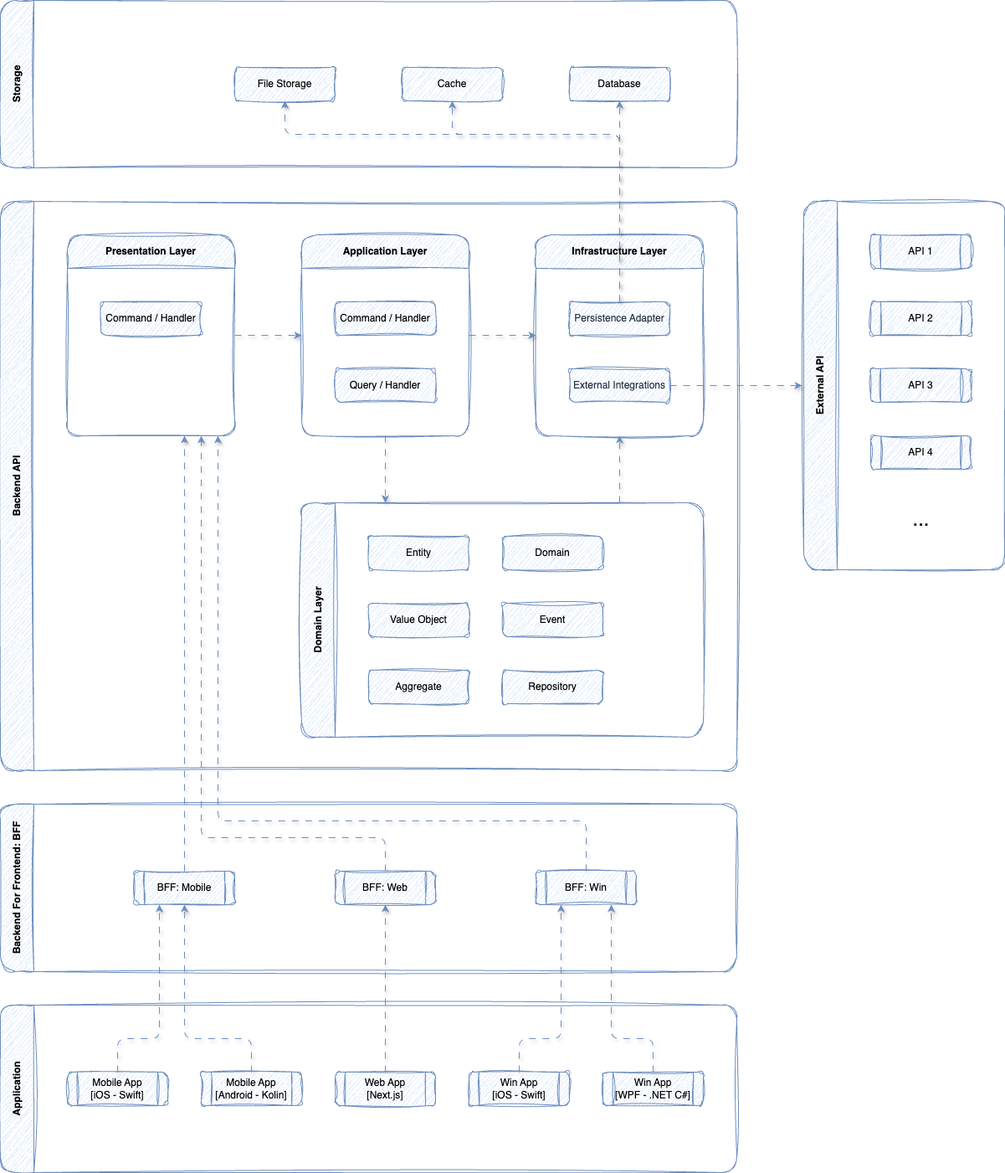
ittikornsopawan/specification keeps this draw.io diagram as Larger System/01_e-Commerce Platform/asset/code-structure.drawio.png. Above is the earlier version. Source tidied: cells renumbered, new cells last; positions are measured from the earlier drawing's top-left corner, leaving out a move shared by most shapes. The source it was exported from:
```xml
<mxGraphModel>
  <root>
    <mxCell id="0" />
    <mxCell id="1" parent="0" />
    <mxCell id="2" value="Backend API" style="swimlane;horizontal=0;whiteSpace=wrap;html=1;startSize=40;fillColor=#dae8fc;strokeColor=#6c8ebf;gradientColor=none;labelBackgroundColor=none;rounded=1;glass=0;shadow=0;sketch=1;curveFitting=1;jiggle=2;" parent="1" vertex="1">
      <mxGeometry y="240" width="880" height="680" as="geometry" />
    </mxCell>
    <mxCell id="3" value="Infrastructure Layer" style="swimlane;whiteSpace=wrap;html=1;startSize=40;fillColor=#dae8fc;strokeColor=#6c8ebf;sketch=1;curveFitting=1;jiggle=2;rounded=1;" parent="2" vertex="1">
      <mxGeometry x="640" y="40" width="200" height="240" as="geometry" />
    </mxCell>
    <mxCell id="4" value="&lt;span style=&quot;color: rgb(35, 47, 62); text-wrap-mode: nowrap;&quot;&gt;Persistence Adapter&lt;/span&gt;" style="rounded=1;whiteSpace=wrap;html=1;fillColor=#dae8fc;strokeColor=#6c8ebf;sketch=1;curveFitting=1;jiggle=2;" parent="3" vertex="1">
      <mxGeometry x="40" y="80" width="120" height="40" as="geometry" />
    </mxCell>
    <mxCell id="5" value="&lt;span style=&quot;color: rgb(35, 47, 62); text-wrap-mode: nowrap;&quot;&gt;External Integrations&lt;/span&gt;" style="rounded=1;whiteSpace=wrap;html=1;fillColor=#dae8fc;strokeColor=#6c8ebf;sketch=1;curveFitting=1;jiggle=2;" parent="3" vertex="1">
      <mxGeometry x="40" y="160" width="120" height="40" as="geometry" />
    </mxCell>
    <mxCell id="6" style="edgeStyle=none;html=1;entryX=0;entryY=0.5;entryDx=0;entryDy=0;fillColor=#dae8fc;strokeColor=#6c8ebf;flowAnimation=1;shadow=1;" parent="2" edge="1" target="11">
      <mxGeometry relative="1" as="geometry">
        <mxPoint x="280" y="160" as="sourcePoint" />
      </mxGeometry>
    </mxCell>
    <mxCell id="7" value="Presentation Layer" style="swimlane;whiteSpace=wrap;html=1;startSize=40;fillColor=#dae8fc;strokeColor=#6c8ebf;sketch=1;curveFitting=1;jiggle=2;rounded=1;" parent="2" vertex="1">
      <mxGeometry x="80" y="40" width="200" height="240" as="geometry" />
    </mxCell>
    <mxCell id="8" value="Command / Handler" style="rounded=1;whiteSpace=wrap;html=1;fillColor=#dae8fc;strokeColor=#6c8ebf;sketch=1;curveFitting=1;jiggle=2;" parent="7" vertex="1">
      <mxGeometry x="40" y="80" width="120" height="40" as="geometry" />
    </mxCell>
    <mxCell id="9" style="edgeStyle=none;html=1;exitX=1;exitY=0.5;exitDx=0;exitDy=0;fillColor=#dae8fc;strokeColor=#6c8ebf;flowAnimation=1;shadow=1;" parent="2" edge="1" source="11">
      <mxGeometry relative="1" as="geometry">
        <mxPoint x="640" y="160" as="targetPoint" />
      </mxGeometry>
    </mxCell>
    <mxCell id="10" style="edgeStyle=none;html=1;exitX=0.5;exitY=1;exitDx=0;exitDy=0;fillColor=#dae8fc;strokeColor=#6c8ebf;flowAnimation=1;shadow=1;" parent="2" edge="1" source="11">
      <mxGeometry relative="1" as="geometry">
        <mxPoint x="460" y="360" as="targetPoint" />
      </mxGeometry>
    </mxCell>
    <mxCell id="11" value="Application Layer" style="swimlane;whiteSpace=wrap;html=1;startSize=40;fillColor=#dae8fc;strokeColor=#6c8ebf;sketch=1;curveFitting=1;jiggle=2;rounded=1;" parent="2" vertex="1">
      <mxGeometry x="360" y="40" width="200" height="240" as="geometry" />
    </mxCell>
    <mxCell id="12" value="Command / Handler" style="rounded=1;whiteSpace=wrap;html=1;fillColor=#dae8fc;strokeColor=#6c8ebf;sketch=1;curveFitting=1;jiggle=2;" parent="11" vertex="1">
      <mxGeometry x="40" y="80" width="120" height="40" as="geometry" />
    </mxCell>
    <mxCell id="13" value="&lt;span style=&quot;color: rgb(0, 0, 0);&quot;&gt;Query / Handler&lt;/span&gt;" style="rounded=1;whiteSpace=wrap;html=1;fillColor=#dae8fc;strokeColor=#6c8ebf;sketch=1;curveFitting=1;jiggle=2;" parent="11" vertex="1">
      <mxGeometry x="40" y="160" width="120" height="40" as="geometry" />
    </mxCell>
    <mxCell id="14" style="edgeStyle=none;html=1;entryX=0.5;entryY=1;entryDx=0;entryDy=0;fillColor=#dae8fc;strokeColor=#6c8ebf;flowAnimation=1;shadow=1;" parent="2" edge="1" target="3">
      <mxGeometry relative="1" as="geometry">
        <mxPoint x="740" y="360" as="sourcePoint" />
      </mxGeometry>
    </mxCell>
    <mxCell id="15" value="Domain Layer" style="swimlane;horizontal=0;whiteSpace=wrap;html=1;startSize=40;fillColor=#dae8fc;strokeColor=#6c8ebf;sketch=1;curveFitting=1;jiggle=2;rounded=1;" parent="2" vertex="1">
      <mxGeometry x="360" y="360" width="480" height="280" as="geometry" />
    </mxCell>
    <mxCell id="16" value="Entity" style="rounded=1;whiteSpace=wrap;html=1;fillColor=#dae8fc;strokeColor=#6c8ebf;sketch=1;curveFitting=1;jiggle=2;" parent="15" vertex="1">
      <mxGeometry x="80" y="40" width="120" height="40" as="geometry" />
    </mxCell>
    <mxCell id="17" value="Aggregate" style="rounded=1;whiteSpace=wrap;html=1;fillColor=#dae8fc;strokeColor=#6c8ebf;sketch=1;curveFitting=1;jiggle=2;" parent="15" vertex="1">
      <mxGeometry x="80" y="200" width="120" height="40" as="geometry" />
    </mxCell>
    <mxCell id="18" value="Value Object" style="rounded=1;whiteSpace=wrap;html=1;fillColor=#dae8fc;strokeColor=#6c8ebf;sketch=1;curveFitting=1;jiggle=2;" parent="15" vertex="1">
      <mxGeometry x="80" y="120" width="120" height="40" as="geometry" />
    </mxCell>
    <mxCell id="19" value="Domain" style="rounded=1;whiteSpace=wrap;html=1;fillColor=#dae8fc;strokeColor=#6c8ebf;sketch=1;curveFitting=1;jiggle=2;" parent="15" vertex="1">
      <mxGeometry x="240" y="40" width="120" height="40" as="geometry" />
    </mxCell>
    <mxCell id="20" value="Event" style="rounded=1;whiteSpace=wrap;html=1;fillColor=#dae8fc;strokeColor=#6c8ebf;sketch=1;curveFitting=1;jiggle=2;" parent="15" vertex="1">
      <mxGeometry x="240" y="120" width="120" height="40" as="geometry" />
    </mxCell>
    <mxCell id="21" value="Repository" style="rounded=1;whiteSpace=wrap;html=1;fillColor=#dae8fc;strokeColor=#6c8ebf;sketch=1;curveFitting=1;jiggle=2;" parent="15" vertex="1">
      <mxGeometry x="240" y="200" width="120" height="40" as="geometry" />
    </mxCell>
    <mxCell id="22" value="Storage" style="swimlane;horizontal=0;whiteSpace=wrap;html=1;startSize=40;fillColor=#dae8fc;strokeColor=#6c8ebf;gradientColor=none;sketch=1;curveFitting=1;jiggle=2;rounded=1;fillStyle=auto;" parent="1" vertex="1">
      <mxGeometry width="880" height="200" as="geometry" />
    </mxCell>
    <mxCell id="23" value="File Storage" style="rounded=1;whiteSpace=wrap;html=1;fillColor=#dae8fc;strokeColor=#6c8ebf;sketch=1;curveFitting=1;jiggle=2;" parent="22" vertex="1">
      <mxGeometry x="280" y="80" width="120" height="40" as="geometry" />
    </mxCell>
    <mxCell id="24" value="Cache" style="rounded=1;whiteSpace=wrap;html=1;fillColor=#dae8fc;strokeColor=#6c8ebf;sketch=1;curveFitting=1;jiggle=2;" parent="22" vertex="1">
      <mxGeometry x="480" y="80" width="120" height="40" as="geometry" />
    </mxCell>
    <mxCell id="25" value="Database" style="rounded=1;whiteSpace=wrap;html=1;fillColor=#dae8fc;strokeColor=#6c8ebf;sketch=1;curveFitting=1;jiggle=2;" parent="22" vertex="1">
      <mxGeometry x="680" y="80" width="120" height="40" as="geometry" />
    </mxCell>
    <mxCell id="26" value="Backend For Frontend: BFF" style="swimlane;horizontal=0;whiteSpace=wrap;html=1;startSize=40;fillColor=#dae8fc;strokeColor=#6c8ebf;gradientColor=none;sketch=1;curveFitting=1;jiggle=2;rounded=1;" parent="1" vertex="1">
      <mxGeometry y="960" width="880" height="200" as="geometry" />
    </mxCell>
    <mxCell id="27" value="BFF: Web" style="shape=process;whiteSpace=wrap;html=1;backgroundOutline=1;fillColor=#dae8fc;strokeColor=#6c8ebf;sketch=1;curveFitting=1;jiggle=2;rounded=1;" parent="26" vertex="1">
      <mxGeometry x="400" y="80" width="120" height="40" as="geometry" />
    </mxCell>
    <mxCell id="28" value="BFF: Win" style="shape=process;whiteSpace=wrap;html=1;backgroundOutline=1;fillColor=#dae8fc;strokeColor=#6c8ebf;sketch=1;curveFitting=1;jiggle=2;rounded=1;" parent="26" vertex="1">
      <mxGeometry x="640" y="80" width="120" height="40" as="geometry" />
    </mxCell>
    <mxCell id="29" value="BFF: Mobile" style="shape=process;whiteSpace=wrap;html=1;backgroundOutline=1;fillColor=#dae8fc;strokeColor=#6c8ebf;sketch=1;curveFitting=1;jiggle=2;rounded=1;" parent="26" vertex="1">
      <mxGeometry x="160" y="80" width="120" height="40" as="geometry" />
    </mxCell>
    <mxCell id="30" style="edgeStyle=orthogonalEdgeStyle;html=1;exitX=0.5;exitY=0;exitDx=0;exitDy=0;fillColor=#dae8fc;strokeColor=#6c8ebf;flowAnimation=1;shadow=1;" parent="1" edge="1" source="27">
      <mxGeometry relative="1" as="geometry">
        <mxPoint x="240" y="520" as="targetPoint" />
        <Array as="points">
          <mxPoint x="460" y="1000" />
          <mxPoint x="240" y="1000" />
        </Array>
      </mxGeometry>
    </mxCell>
    <mxCell id="31" value="Application" style="swimlane;horizontal=0;whiteSpace=wrap;html=1;startSize=40;fillColor=#dae8fc;strokeColor=#6c8ebf;gradientColor=none;sketch=1;curveFitting=1;jiggle=2;rounded=1;" parent="1" vertex="1">
      <mxGeometry y="1200" width="880" height="200" as="geometry" />
    </mxCell>
    <mxCell id="32" value="Win App&lt;br&gt;[iOS - Swift]" style="shape=process;whiteSpace=wrap;html=1;backgroundOutline=1;fillColor=#dae8fc;strokeColor=#6c8ebf;sketch=1;curveFitting=1;jiggle=2;rounded=1;" parent="31" vertex="1">
      <mxGeometry x="560" y="80" width="120" height="40" as="geometry" />
    </mxCell>
    <mxCell id="33" value="Web App&lt;br&gt;[Next.js]" style="shape=process;whiteSpace=wrap;html=1;backgroundOutline=1;fillColor=#dae8fc;strokeColor=#6c8ebf;sketch=1;curveFitting=1;jiggle=2;rounded=1;" parent="31" vertex="1">
      <mxGeometry x="400" y="80" width="120" height="40" as="geometry" />
    </mxCell>
    <mxCell id="34" value="Mobile App&lt;br&gt;[Android - Kolin]" style="shape=process;whiteSpace=wrap;html=1;backgroundOutline=1;fillColor=#dae8fc;strokeColor=#6c8ebf;sketch=1;curveFitting=1;jiggle=2;rounded=1;" parent="31" vertex="1">
      <mxGeometry x="240" y="80" width="120" height="40" as="geometry" />
    </mxCell>
    <mxCell id="35" value="Mobile App&lt;br&gt;[iOS - Swift]" style="shape=process;whiteSpace=wrap;html=1;backgroundOutline=1;fillColor=#dae8fc;strokeColor=#6c8ebf;sketch=1;curveFitting=1;jiggle=2;rounded=1;" parent="31" vertex="1">
      <mxGeometry x="80" y="80" width="120" height="40" as="geometry" />
    </mxCell>
    <mxCell id="36" value="Win App&lt;br&gt;[WPF - .NET C#]" style="shape=process;whiteSpace=wrap;html=1;backgroundOutline=1;fillColor=#dae8fc;strokeColor=#6c8ebf;sketch=1;curveFitting=1;jiggle=2;rounded=1;" parent="31" vertex="1">
      <mxGeometry x="720" y="80" width="120" height="40" as="geometry" />
    </mxCell>
    <mxCell id="37" style="edgeStyle=orthogonalEdgeStyle;html=1;exitX=0.5;exitY=0;exitDx=0;exitDy=0;entryX=0.5;entryY=1;entryDx=0;entryDy=0;fillColor=#dae8fc;strokeColor=#6c8ebf;flowAnimation=1;shadow=1;" parent="1" edge="1" source="34" target="29">
      <mxGeometry relative="1" as="geometry">
        <Array as="points">
          <mxPoint x="300" y="1240" />
          <mxPoint x="220" y="1240" />
        </Array>
      </mxGeometry>
    </mxCell>
    <mxCell id="38" style="edgeStyle=orthogonalEdgeStyle;html=1;exitX=0.5;exitY=0;exitDx=0;exitDy=0;entryX=0.25;entryY=1;entryDx=0;entryDy=0;fillColor=#dae8fc;strokeColor=#6c8ebf;flowAnimation=1;shadow=1;" parent="1" edge="1" source="32" target="28">
      <mxGeometry relative="1" as="geometry">
        <Array as="points">
          <mxPoint x="620" y="1240" />
          <mxPoint x="670" y="1240" />
        </Array>
      </mxGeometry>
    </mxCell>
    <mxCell id="39" style="edgeStyle=orthogonalEdgeStyle;html=1;exitX=0.5;exitY=0;exitDx=0;exitDy=0;entryX=0.5;entryY=1;entryDx=0;entryDy=0;fillColor=#dae8fc;strokeColor=#6c8ebf;flowAnimation=1;shadow=1;" parent="1" edge="1" source="33" target="27">
      <mxGeometry relative="1" as="geometry" />
    </mxCell>
    <mxCell id="40" style="edgeStyle=orthogonalEdgeStyle;html=1;exitX=0.5;exitY=0;exitDx=0;exitDy=0;entryX=0.25;entryY=1;entryDx=0;entryDy=0;fillColor=#dae8fc;strokeColor=#6c8ebf;flowAnimation=1;shadow=1;" parent="1" edge="1" source="35" target="29">
      <mxGeometry relative="1" as="geometry">
        <Array as="points">
          <mxPoint x="140" y="1240" />
          <mxPoint x="190" y="1240" />
        </Array>
      </mxGeometry>
    </mxCell>
    <mxCell id="41" style="edgeStyle=orthogonalEdgeStyle;html=1;exitX=0.5;exitY=0;exitDx=0;exitDy=0;entryX=0.75;entryY=1;entryDx=0;entryDy=0;fillColor=#dae8fc;strokeColor=#6c8ebf;flowAnimation=1;shadow=1;" parent="1" edge="1" source="36" target="28">
      <mxGeometry relative="1" as="geometry">
        <Array as="points">
          <mxPoint x="780" y="1240" />
          <mxPoint x="730" y="1240" />
        </Array>
      </mxGeometry>
    </mxCell>
    <mxCell id="42" style="edgeStyle=orthogonalEdgeStyle;html=1;exitX=0.5;exitY=0;exitDx=0;exitDy=0;fillColor=#dae8fc;strokeColor=#6c8ebf;flowAnimation=1;shadow=1;" parent="1" edge="1" source="29">
      <mxGeometry relative="1" as="geometry">
        <mxPoint x="220" y="520" as="targetPoint" />
        <Array as="points">
          <mxPoint x="220" y="760" />
          <mxPoint x="220" y="760" />
        </Array>
      </mxGeometry>
    </mxCell>
    <mxCell id="43" style="edgeStyle=orthogonalEdgeStyle;html=1;exitX=0.5;exitY=0;exitDx=0;exitDy=0;fillColor=#dae8fc;strokeColor=#6c8ebf;flowAnimation=1;shadow=1;" parent="1" edge="1" source="28">
      <mxGeometry relative="1" as="geometry">
        <mxPoint x="260" y="520" as="targetPoint" />
        <Array as="points">
          <mxPoint x="700" y="980" />
          <mxPoint x="260" y="980" />
        </Array>
      </mxGeometry>
    </mxCell>
    <mxCell id="44" value="External API" style="swimlane;horizontal=0;whiteSpace=wrap;html=1;startSize=40;fillColor=#dae8fc;strokeColor=#6c8ebf;sketch=1;curveFitting=1;jiggle=2;rounded=1;" parent="1" vertex="1">
      <mxGeometry x="960" y="240" width="240" height="440" as="geometry" />
    </mxCell>
    <mxCell id="45" value="API 1" style="shape=process;whiteSpace=wrap;html=1;backgroundOutline=1;fillColor=#dae8fc;strokeColor=#6c8ebf;sketch=1;curveFitting=1;jiggle=2;rounded=1;" parent="44" vertex="1">
      <mxGeometry x="80" y="40" width="120" height="40" as="geometry" />
    </mxCell>
    <mxCell id="46" value="API 2" style="shape=process;whiteSpace=wrap;html=1;backgroundOutline=1;fillColor=#dae8fc;strokeColor=#6c8ebf;sketch=1;curveFitting=1;jiggle=2;rounded=1;" parent="44" vertex="1">
      <mxGeometry x="80" y="120" width="120" height="40" as="geometry" />
    </mxCell>
    <mxCell id="47" value="API 3" style="shape=process;whiteSpace=wrap;html=1;backgroundOutline=1;fillColor=#dae8fc;strokeColor=#6c8ebf;sketch=1;curveFitting=1;jiggle=2;rounded=1;" parent="44" vertex="1">
      <mxGeometry x="80" y="200" width="120" height="40" as="geometry" />
    </mxCell>
    <mxCell id="48" value="API 4" style="shape=process;whiteSpace=wrap;html=1;backgroundOutline=1;fillColor=#dae8fc;strokeColor=#6c8ebf;sketch=1;curveFitting=1;jiggle=2;rounded=1;" parent="44" vertex="1">
      <mxGeometry x="80" y="280" width="120" height="40" as="geometry" />
    </mxCell>
    <mxCell id="49" value="..." style="text;html=1;align=center;verticalAlign=middle;strokeColor=none;fillColor=none;fontSize=24;" parent="44" vertex="1">
      <mxGeometry x="120" y="360" width="40" height="40" as="geometry" />
    </mxCell>
    <mxCell id="50" style="edgeStyle=orthogonalEdgeStyle;html=1;exitX=1;exitY=0.5;exitDx=0;exitDy=0;fillColor=#dae8fc;strokeColor=#6c8ebf;flowAnimation=1;shadow=1;" parent="1" edge="1" source="5">
      <mxGeometry relative="1" as="geometry">
        <mxPoint x="958" y="460" as="targetPoint" />
        <Array as="points">
          <mxPoint x="940" y="460" />
          <mxPoint x="940" y="460" />
        </Array>
      </mxGeometry>
    </mxCell>
    <mxCell id="51" style="edgeStyle=none;html=1;exitX=0.5;exitY=0;exitDx=0;exitDy=0;fillColor=#dae8fc;strokeColor=#6c8ebf;entryX=0.5;entryY=1;entryDx=0;entryDy=0;flowAnimation=1;shadow=1;" parent="1" edge="1" source="4" target="25">
      <mxGeometry relative="1" as="geometry" />
    </mxCell>
    <mxCell id="52" style="edgeStyle=orthogonalEdgeStyle;html=1;exitX=0.5;exitY=0;exitDx=0;exitDy=0;entryX=0.5;entryY=1;entryDx=0;entryDy=0;fillColor=#dae8fc;strokeColor=#6c8ebf;flowAnimation=1;shadow=1;" parent="1" edge="1" source="4" target="24">
      <mxGeometry relative="1" as="geometry">
        <Array as="points">
          <mxPoint x="740" y="160" />
          <mxPoint x="540" y="160" />
        </Array>
      </mxGeometry>
    </mxCell>
    <mxCell id="53" style="edgeStyle=orthogonalEdgeStyle;html=1;exitX=0.5;exitY=0;exitDx=0;exitDy=0;entryX=0.5;entryY=1;entryDx=0;entryDy=0;fillColor=#dae8fc;strokeColor=#6c8ebf;flowAnimation=1;shadow=1;" parent="1" edge="1" source="4" target="23">
      <mxGeometry relative="1" as="geometry">
        <Array as="points">
          <mxPoint x="740" y="160" />
          <mxPoint x="340" y="160" />
        </Array>
      </mxGeometry>
    </mxCell>
  </root>
</mxGraphModel>
```
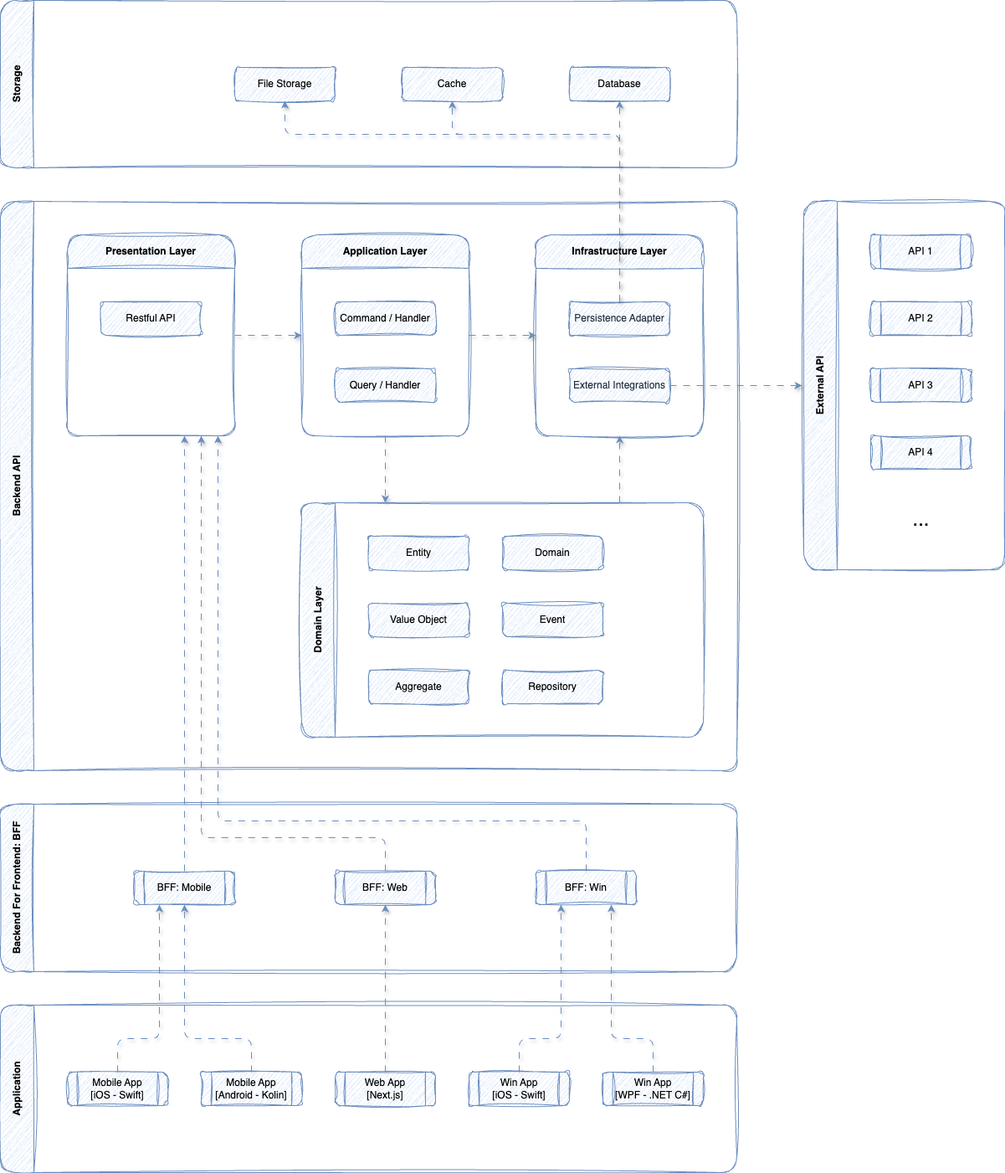
The same diagram one commit later.

Diff of the diagram source:
```diff
@@ -22,7 +22,7 @@
     <mxCell id="7" value="Presentation Layer" style="swimlane;whiteSpace=wrap;html=1;startSize=40;fillColor=#dae8fc;strokeColor=#6c8ebf;sketch=1;curveFitting=1;jiggle=2;rounded=1;" parent="2" vertex="1">
       <mxGeometry x="80" y="40" width="200" height="240" as="geometry" />
     </mxCell>
-    <mxCell id="8" value="Command / Handler" style="rounded=1;whiteSpace=wrap;html=1;fillColor=#dae8fc;strokeColor=#6c8ebf;sketch=1;curveFitting=1;jiggle=2;" parent="7" vertex="1">
+    <mxCell id="8" value="Restful API" style="rounded=1;whiteSpace=wrap;html=1;fillColor=#dae8fc;strokeColor=#6c8ebf;sketch=1;curveFitting=1;jiggle=2;" parent="7" vertex="1">
       <mxGeometry x="40" y="80" width="120" height="40" as="geometry" />
     </mxCell>
     <mxCell id="9" style="edgeStyle=none;html=1;exitX=1;exitY=0.5;exitDx=0;exitDy=0;fillColor=#dae8fc;strokeColor=#6c8ebf;flowAnimation=1;shadow=1;" parent="2" edge="1" source="11">
```
